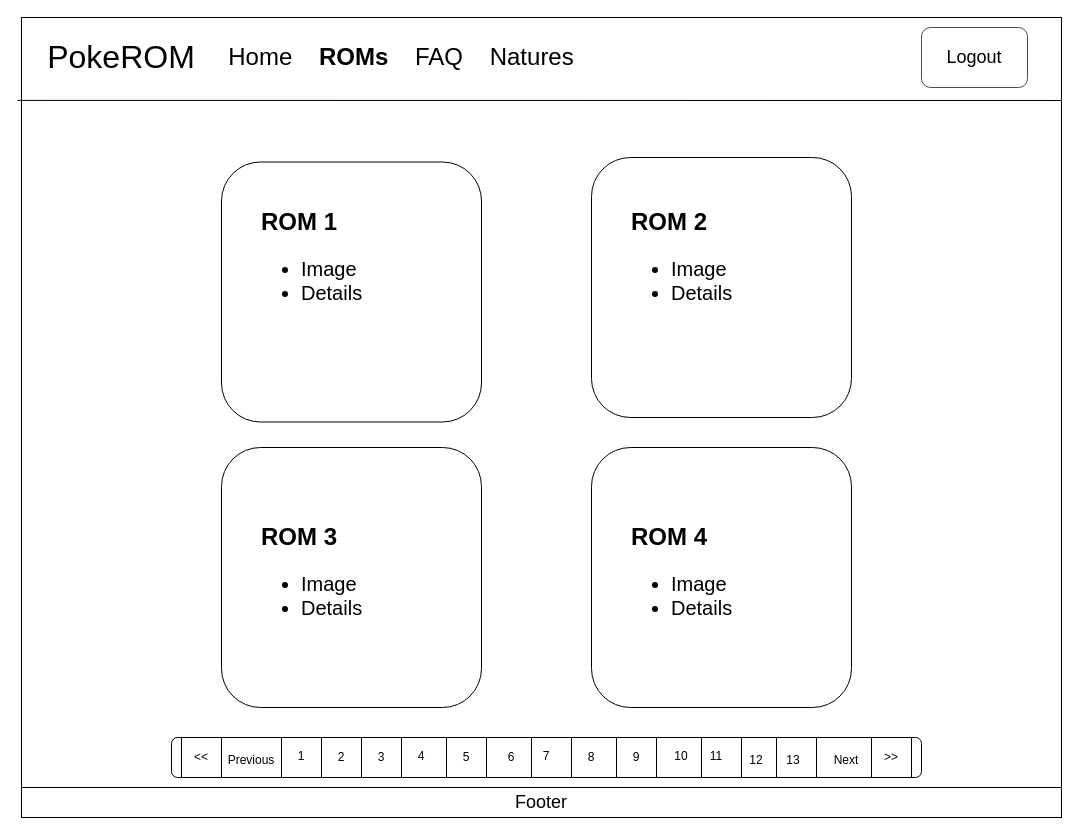
Earlier version of the draw.io diagram page "ROMs Page" (2 of 7) of client/diagrams/PokeROM-Website.drawio (bag33188/PokeROM). Source tidied: cells renumbered, new cells numbered last; positions are measured from the earlier drawing's top-left corner, leaving out a move shared by most shapes. Both pictures are drawn from the tidied source at 100%, with x=0, y=0 at pixel (17, 17).
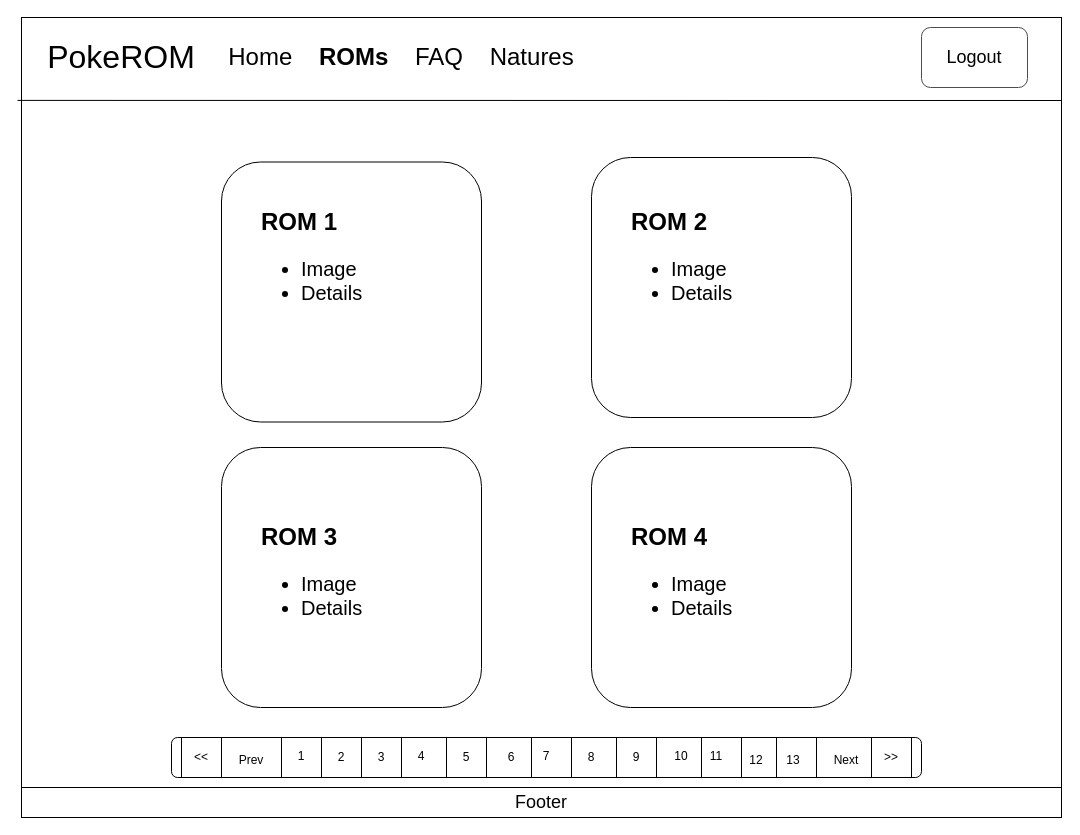
Above is the later version.

The edit, as a diff of the source:
```diff
@@
-    <mxCell id="41" value="Previous" style="text;html=1;strokeColor=none;fillColor=none;align=center;verticalAlign=middle;whiteSpace=wrap;rounded=0;" parent="1" vertex="1">
+    <mxCell id="41" value="Prev" style="text;html=1;strokeColor=none;fillColor=none;align=center;verticalAlign=middle;whiteSpace=wrap;rounded=0;" parent="1" vertex="1">
       <mxGeometry x="214" y="733" width="40" height="20" as="geometry" />
     </mxCell>
```
